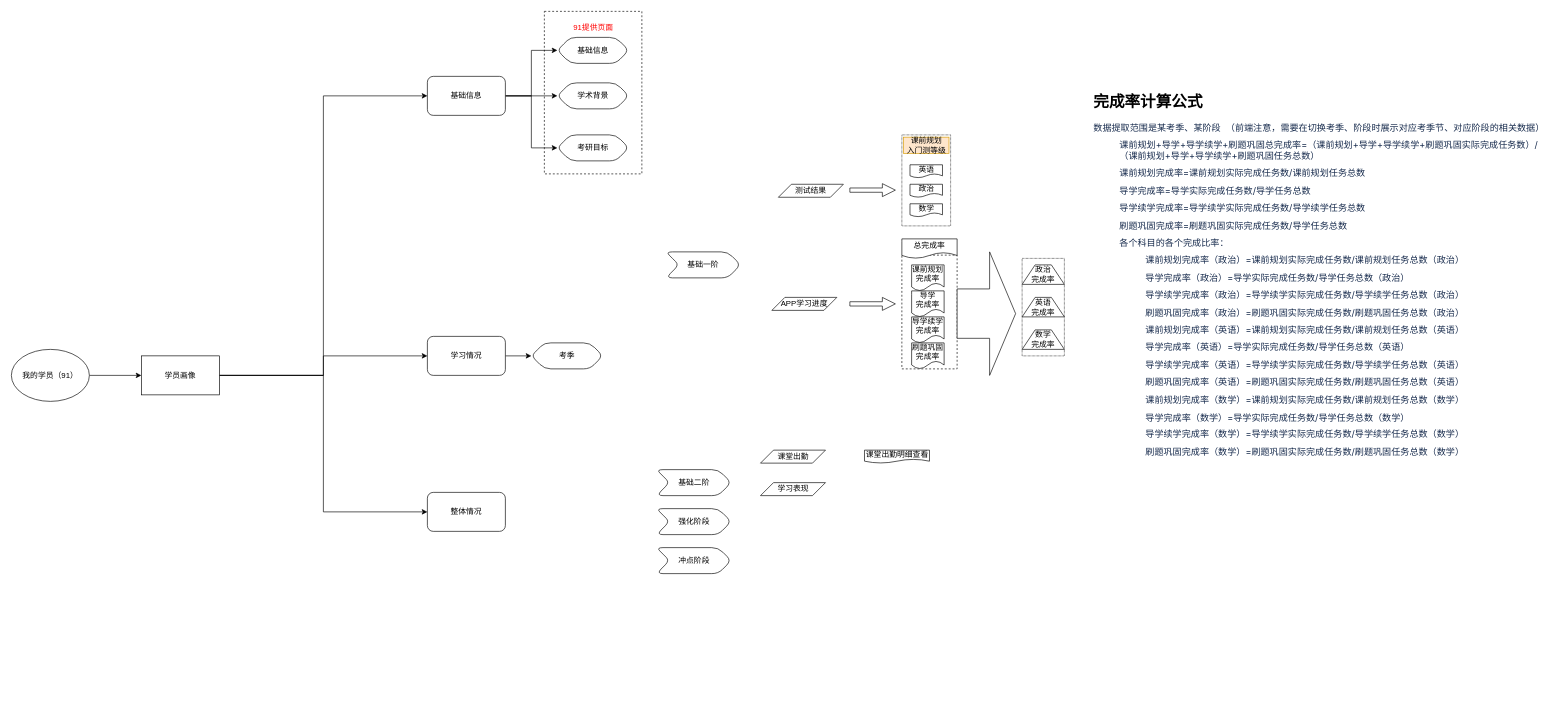
The draw.io diagram 考研app画像.drawio in me-Minion/draw, before the edit. Source tidied: cells renumbered, new cells numbered last; positions are measured from the earlier drawing's top-left corner, leaving out a move shared by most shapes. Both pictures are drawn from the tidied source at 65%, with x=0, y=0 at pixel (11, 11).
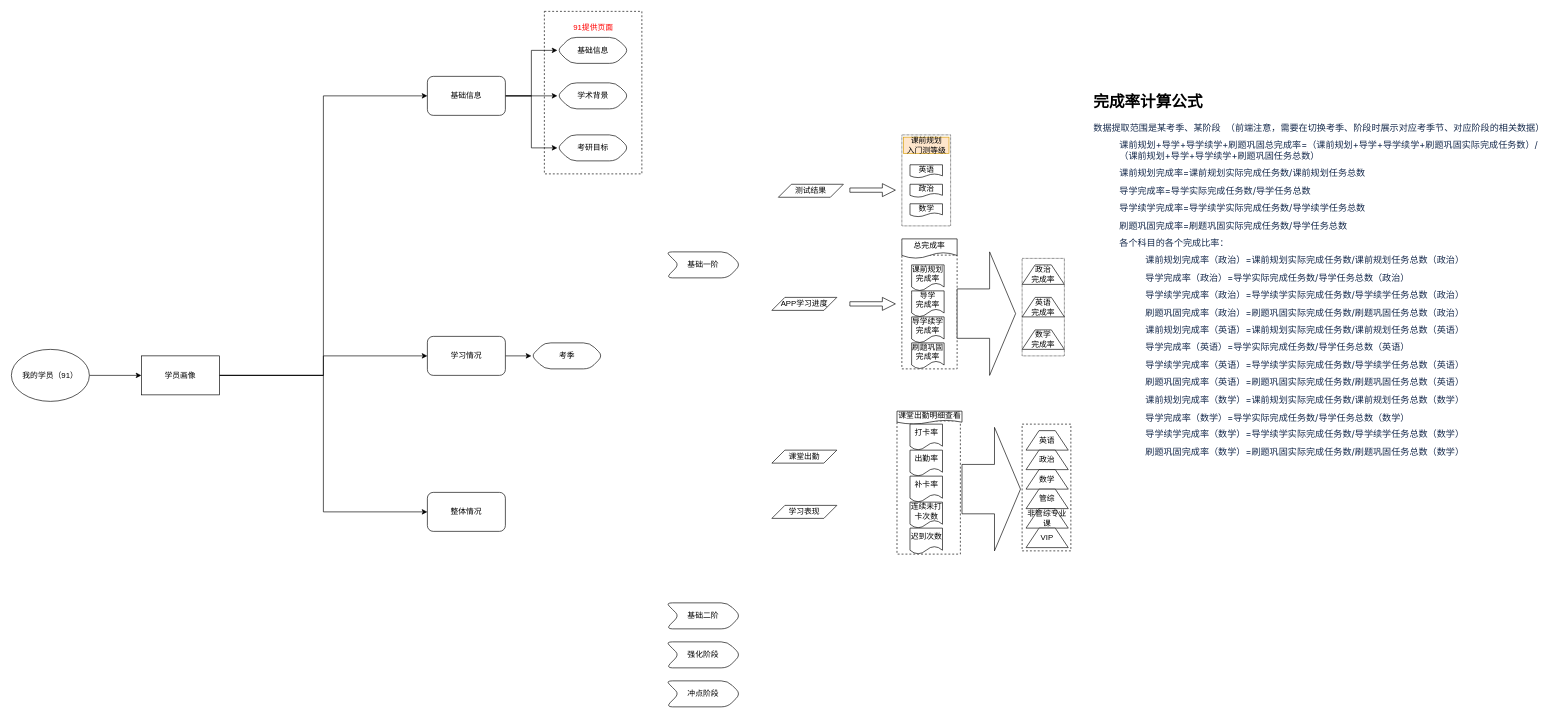
After the change.

Commit message (it also covers changes not shown here):
更新考研app画像.drawio

Change to the diagram source:
```diff
@@
+    <mxCell id="49" style="rounded=0;whiteSpace=wrap;html=1;dashed=1;" parent="1" vertex="1">
+      <mxGeometry x="1555" y="635" width="75" height="195" as="geometry" />
+    </mxCell>
+    <mxCell id="50" style="rounded=0;whiteSpace=wrap;html=1;dashed=1;" parent="1" vertex="1">
+      <mxGeometry x="1362.5" y="630" width="97.5" height="205" as="geometry" />
+    </mxCell>
@@
     <mxCell id="25" value="基础二阶" style="shape=step;perimeter=stepPerimeter;whiteSpace=wrap;html=1;fixedSize=1;rounded=1;" parent="1" vertex="1">
-      <mxGeometry x="992.5" y="705" width="115" height="40" as="geometry" />
+      <mxGeometry x="1007" y="910" width="115" height="40" as="geometry" />
     </mxCell>
     <mxCell id="26" value="强化阶段" style="shape=step;perimeter=stepPerimeter;whiteSpace=wrap;html=1;fixedSize=1;rounded=1;" parent="1" vertex="1">
-      <mxGeometry x="992.5" y="765" width="115" height="40" as="geometry" />
+      <mxGeometry x="1007" y="970" width="115" height="40" as="geometry" />
     </mxCell>
     <mxCell id="27" value="冲点阶段" style="shape=step;perimeter=stepPerimeter;whiteSpace=wrap;html=1;fixedSize=1;rounded=1;" parent="1" vertex="1">
-      <mxGeometry x="992.5" y="825" width="115" height="40" as="geometry" />
+      <mxGeometry x="1007" y="1030" width="115" height="40" as="geometry" />
     </mxCell>
@@
     <mxCell id="30" value="课堂出勤" style="shape=parallelogram;perimeter=parallelogramPerimeter;whiteSpace=wrap;html=1;fixedSize=1;" parent="1" vertex="1">
-      <mxGeometry x="1152.5" y="675" width="100" height="20" as="geometry" />
+      <mxGeometry x="1170" y="675" width="100" height="20" as="geometry" />
     </mxCell>
     <mxCell id="31" value="学习表现" style="shape=parallelogram;perimeter=parallelogramPerimeter;whiteSpace=wrap;html=1;fixedSize=1;" parent="1" vertex="1">
-      <mxGeometry x="1152.5" y="725" width="100" height="20" as="geometry" />
+      <mxGeometry x="1170" y="760" width="100" height="20" as="geometry" />
     </mxCell>
     <mxCell id="32" value="课堂出勤明细查看" style="shape=document;whiteSpace=wrap;html=1;boundedLbl=1;" parent="1" vertex="1">
-      <mxGeometry x="1312.5" y="675" width="100" height="20" as="geometry" />
+      <mxGeometry x="1362.5" y="615" width="100" height="20" as="geometry" />
     </mxCell>
@@
+    <mxCell id="51" value="打卡率" style="shape=document;whiteSpace=wrap;html=1;boundedLbl=1;" parent="1" vertex="1">
+      <mxGeometry x="1382.5" y="635" width="50" height="40" as="geometry" />
+    </mxCell>
+    <mxCell id="52" value="出勤率" style="shape=document;whiteSpace=wrap;html=1;boundedLbl=1;" parent="1" vertex="1">
+      <mxGeometry x="1382.5" y="675" width="50" height="40" as="geometry" />
+    </mxCell>
+    <mxCell id="53" value="补卡率" style="shape=document;whiteSpace=wrap;html=1;boundedLbl=1;" parent="1" vertex="1">
+      <mxGeometry x="1382.5" y="715" width="50" height="40" as="geometry" />
+    </mxCell>
+    <mxCell id="54" value="连续未打卡次数" style="shape=document;whiteSpace=wrap;html=1;boundedLbl=1;" parent="1" vertex="1">
+      <mxGeometry x="1382.5" y="755" width="50" height="40" as="geometry" />
+    </mxCell>
+    <mxCell id="55" value="迟到次数" style="shape=document;whiteSpace=wrap;html=1;boundedLbl=1;" parent="1" vertex="1">
+      <mxGeometry x="1382.5" y="795" width="50" height="40" as="geometry" />
+    </mxCell>
+    <mxCell id="56" value="英语" style="shape=trapezoid;perimeter=trapezoidPerimeter;whiteSpace=wrap;html=1;fixedSize=1;" parent="1" vertex="1">
+      <mxGeometry x="1561" y="645" width="65" height="30" as="geometry" />
+    </mxCell>
+    <mxCell id="57" value="政治" style="shape=trapezoid;perimeter=trapezoidPerimeter;whiteSpace=wrap;html=1;fixedSize=1;" parent="1" vertex="1">
+      <mxGeometry x="1561" y="675" width="65" height="30" as="geometry" />
+    </mxCell>
+    <mxCell id="58" value="数学" style="shape=trapezoid;perimeter=trapezoidPerimeter;whiteSpace=wrap;html=1;fixedSize=1;" parent="1" vertex="1">
+      <mxGeometry x="1561" y="705" width="65" height="30" as="geometry" />
+    </mxCell>
+    <mxCell id="59" value="管综" style="shape=trapezoid;perimeter=trapezoidPerimeter;whiteSpace=wrap;html=1;fixedSize=1;" parent="1" vertex="1">
+      <mxGeometry x="1561" y="735" width="65" height="30" as="geometry" />
+    </mxCell>
+    <mxCell id="60" value="非管综专业课" style="shape=trapezoid;perimeter=trapezoidPerimeter;whiteSpace=wrap;html=1;fixedSize=1;" parent="1" vertex="1">
+      <mxGeometry x="1561" y="765" width="65" height="30" as="geometry" />
+    </mxCell>
+    <mxCell id="61" value="VIP" style="shape=trapezoid;perimeter=trapezoidPerimeter;whiteSpace=wrap;html=1;fixedSize=1;" parent="1" vertex="1">
+      <mxGeometry x="1561" y="795" width="65" height="30" as="geometry" />
+    </mxCell>
+    <mxCell id="62" style="html=1;shadow=0;dashed=0;align=center;verticalAlign=middle;shape=mxgraph.arrows2.arrow;dy=0.6;dx=40;notch=0;" parent="1" vertex="1">
+      <mxGeometry x="1462.5" y="640" width="90" height="190" as="geometry" />
+    </mxCell>
```
